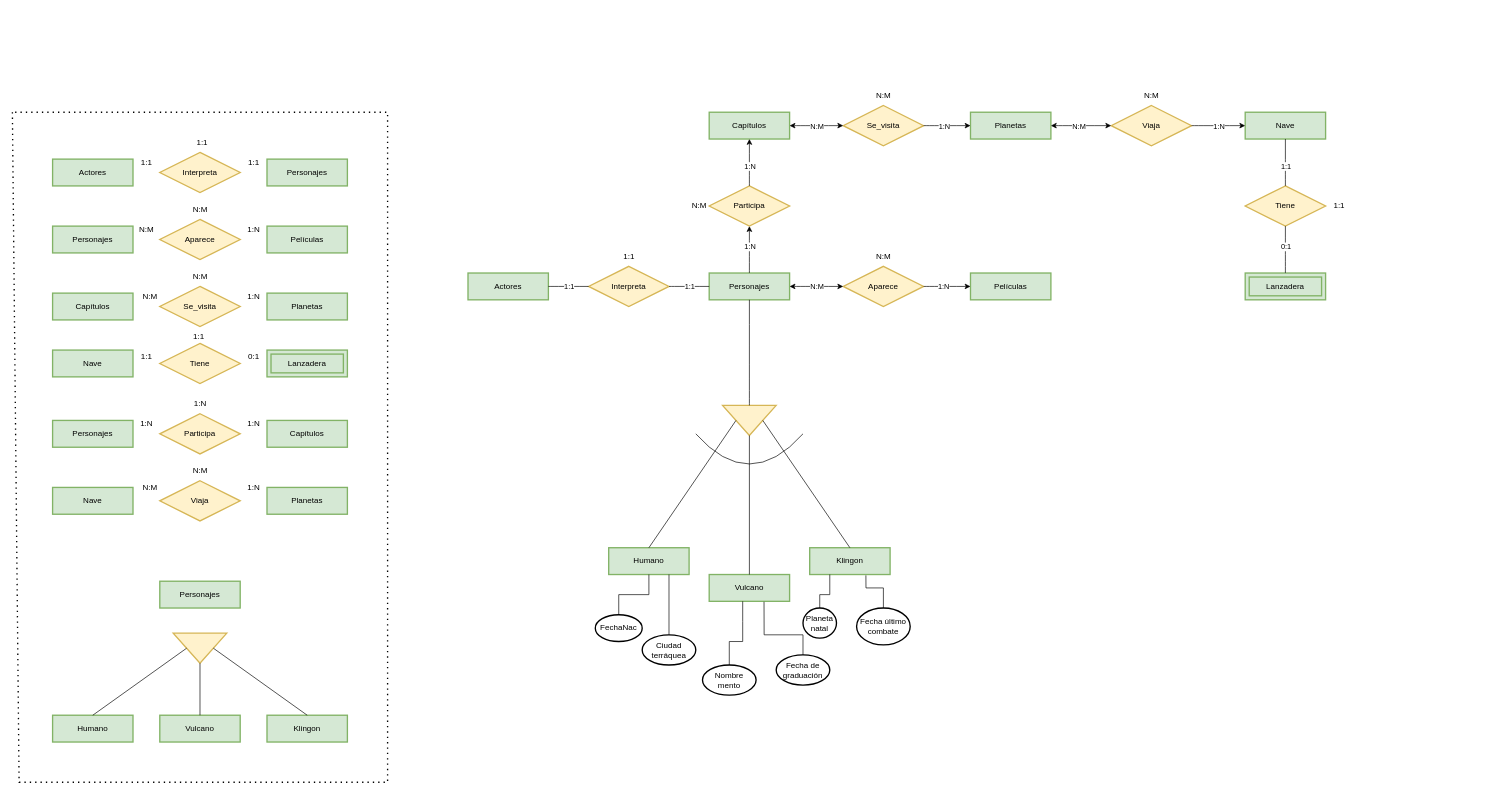
Above: page "EJ10" (6 of 6) of Tareas/Tarea3/Tarea3.drawio in JuanManuelMM/Base-Datos (draw.io), before the change. Source tidied: cells renumbered, new cells numbered last; positions are measured from the earlier drawing's top-left corner, leaving out a move shared by most shapes. Both pictures are drawn from the tidied source at 67%, with x=0, y=0 at pixel (12, 85).
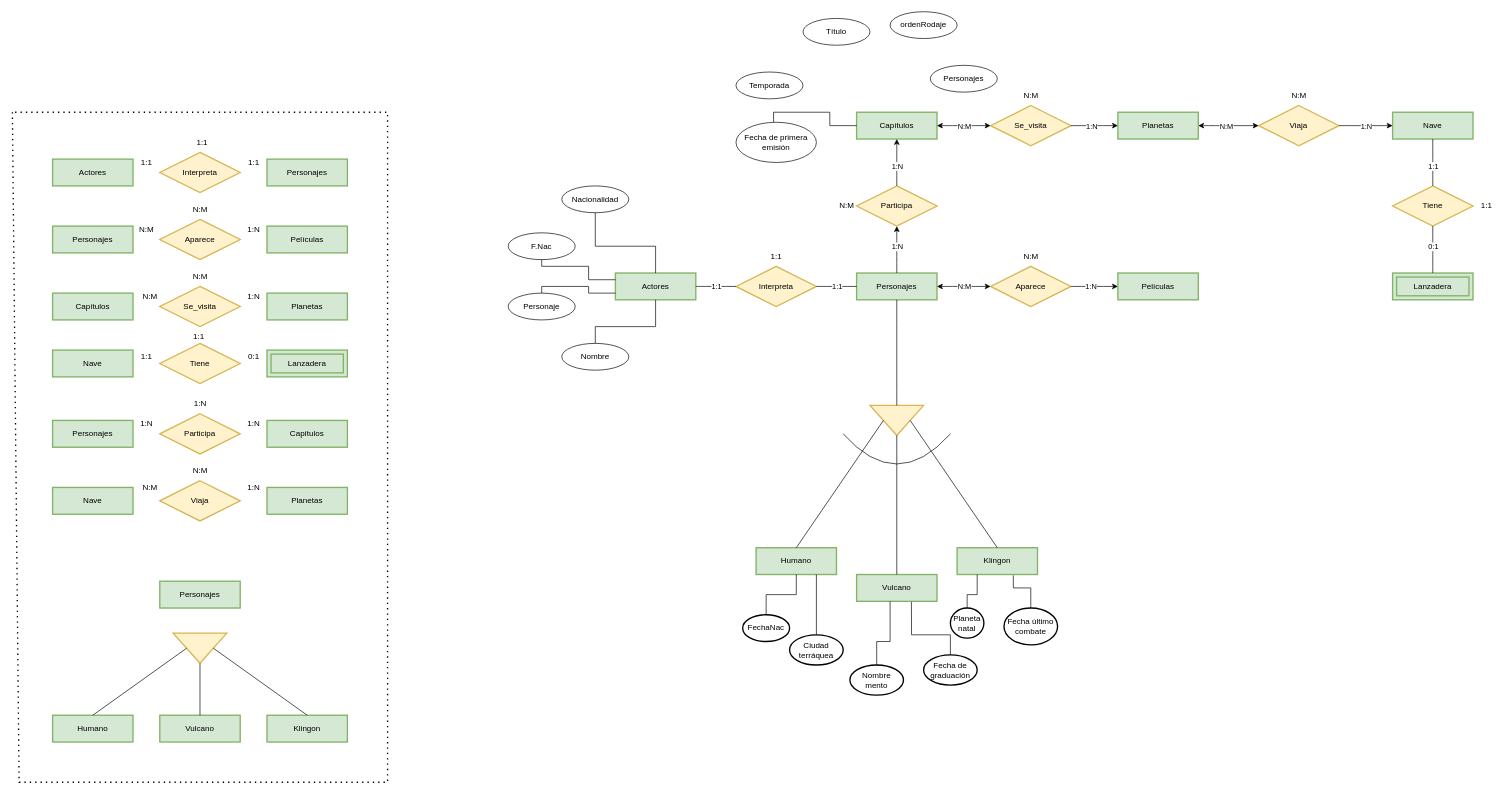
The same diagram, later.

What changed in the source:
```diff
@@
     <mxCell id="8" value="Tiene" style="shape=rhombus;perimeter=rhombusPerimeter;whiteSpace=wrap;html=1;align=center;fillColor=#fff2cc;strokeColor=#d6b656;strokeWidth=2;" parent="1" vertex="1">
-      <mxGeometry x="1840" y="150" width="120" height="60" as="geometry" />
+      <mxGeometry x="2060" y="150" width="120" height="60" as="geometry" />
     </mxCell>
     <mxCell id="9" value="Lanzadera" style="shape=ext;margin=3;double=1;whiteSpace=wrap;html=1;align=center;fillColor=#d5e8d4;strokeColor=#82b366;strokeWidth=2;" parent="1" vertex="1">
-      <mxGeometry x="1840" y="280" width="120" height="40" as="geometry" />
+      <mxGeometry x="2060" y="280" width="120" height="40" as="geometry" />
     </mxCell>
@@
     <mxCell id="25" value="Actores" style="whiteSpace=wrap;html=1;align=center;fillColor=#d5e8d4;strokeColor=#82b366;strokeWidth=2;" parent="1" vertex="1">
-      <mxGeometry x="680" y="280" width="120" height="40" as="geometry" />
+      <mxGeometry x="900" y="280" width="120" height="40" as="geometry" />
     </mxCell>
     <mxCell id="26" value="Personajes" style="whiteSpace=wrap;html=1;align=center;fillColor=#d5e8d4;strokeColor=#82b366;strokeWidth=2;" parent="1" vertex="1">
-      <mxGeometry x="1040" y="280" width="120" height="40" as="geometry" />
+      <mxGeometry x="1260" y="280" width="120" height="40" as="geometry" />
     </mxCell>
     <mxCell id="27" value="Interpreta" style="shape=rhombus;perimeter=rhombusPerimeter;whiteSpace=wrap;html=1;align=center;fillColor=#fff2cc;strokeColor=#d6b656;strokeWidth=2;" parent="1" vertex="1">
-      <mxGeometry x="860" y="270" width="120" height="60" as="geometry" />
+      <mxGeometry x="1080" y="270" width="120" height="60" as="geometry" />
     </mxCell>
     <mxCell id="28" value="Aparece" style="shape=rhombus;perimeter=rhombusPerimeter;whiteSpace=wrap;html=1;align=center;fillColor=#fff2cc;strokeColor=#d6b656;strokeWidth=2;" parent="1" vertex="1">
-      <mxGeometry x="1240" y="270" width="120" height="60" as="geometry" />
+      <mxGeometry x="1460" y="270" width="120" height="60" as="geometry" />
     </mxCell>
     <mxCell id="29" value="Películas" style="whiteSpace=wrap;html=1;align=center;fillColor=#d5e8d4;strokeColor=#82b366;strokeWidth=2;" parent="1" vertex="1">
-      <mxGeometry x="1430" y="280" width="120" height="40" as="geometry" />
+      <mxGeometry x="1650" y="280" width="120" height="40" as="geometry" />
     </mxCell>
     <mxCell id="30" value="Participa" style="shape=rhombus;perimeter=rhombusPerimeter;whiteSpace=wrap;html=1;align=center;fillColor=#fff2cc;strokeColor=#d6b656;strokeWidth=2;" parent="1" vertex="1">
-      <mxGeometry x="1040" y="150" width="120" height="60" as="geometry" />
+      <mxGeometry x="1260" y="150" width="120" height="60" as="geometry" />
     </mxCell>
     <mxCell id="31" value="Capítulos" style="whiteSpace=wrap;html=1;align=center;fillColor=#d5e8d4;strokeColor=#82b366;strokeWidth=2;" parent="1" vertex="1">
-      <mxGeometry x="1040" y="40" width="120" height="40" as="geometry" />
+      <mxGeometry x="1260" y="40" width="120" height="40" as="geometry" />
     </mxCell>
     <mxCell id="32" style="triangle;whiteSpace=wrap;html=1;rotation=90;fillColor=#fff2cc;strokeColor=#d6b656;strokeWidth=2;" parent="1" vertex="1">
-      <mxGeometry x="1077.5" y="460" width="45" height="80" as="geometry" />
+      <mxGeometry x="1297.5" y="460" width="45" height="80" as="geometry" />
     </mxCell>
     <mxCell id="33" value="Humano" style="whiteSpace=wrap;html=1;align=center;fillColor=#d5e8d4;strokeColor=#82b366;strokeWidth=2;" parent="1" vertex="1">
-      <mxGeometry x="890" y="690" width="120" height="40" as="geometry" />
+      <mxGeometry x="1110" y="690" width="120" height="40" as="geometry" />
     </mxCell>
     <mxCell id="34" value="Vulcano" style="whiteSpace=wrap;html=1;align=center;strokeWidth=2;fillColor=#d5e8d4;strokeColor=#82b366;" parent="1" vertex="1">
-      <mxGeometry x="1040" y="730" width="120" height="40" as="geometry" />
+      <mxGeometry x="1260" y="730" width="120" height="40" as="geometry" />
     </mxCell>
     <mxCell id="35" value="Klingon" style="whiteSpace=wrap;html=1;align=center;fillColor=#d5e8d4;strokeColor=#82b366;strokeWidth=2;" parent="1" vertex="1">
-      <mxGeometry x="1190" y="690" width="120" height="40" as="geometry" />
+      <mxGeometry x="1410" y="690" width="120" height="40" as="geometry" />
     </mxCell>
@@
     <mxCell id="39" value="Planetas" style="whiteSpace=wrap;html=1;align=center;fillColor=#d5e8d4;strokeColor=#82b366;strokeWidth=2;" parent="1" vertex="1">
-      <mxGeometry x="1430" y="40" width="120" height="40" as="geometry" />
+      <mxGeometry x="1650" y="40" width="120" height="40" as="geometry" />
     </mxCell>
     <mxCell id="40" value="Se_visita" style="shape=rhombus;perimeter=rhombusPerimeter;whiteSpace=wrap;html=1;align=center;fillColor=#fff2cc;strokeColor=#d6b656;strokeWidth=2;" parent="1" vertex="1">
-      <mxGeometry x="1240" y="30" width="120" height="60" as="geometry" />
+      <mxGeometry x="1460" y="30" width="120" height="60" as="geometry" />
     </mxCell>
@@
     <mxCell id="44" value="Nave" style="whiteSpace=wrap;html=1;align=center;fillColor=#d5e8d4;strokeColor=#82b366;strokeWidth=2;" parent="1" vertex="1">
-      <mxGeometry x="1840" y="40" width="120" height="40" as="geometry" />
+      <mxGeometry x="2060" y="40" width="120" height="40" as="geometry" />
     </mxCell>
     <mxCell id="45" value="Viaja" style="shape=rhombus;perimeter=rhombusPerimeter;whiteSpace=wrap;html=1;align=center;fillColor=#fff2cc;strokeColor=#d6b656;strokeWidth=2;" parent="1" vertex="1">
-      <mxGeometry x="1640" y="30" width="120" height="60" as="geometry" />
+      <mxGeometry x="1860" y="30" width="120" height="60" as="geometry" />
     </mxCell>
@@
     <mxCell id="48" style="endArrow=none;html=1;curved=1;" parent="1" edge="1">
       <mxGeometry relative="1" as="geometry">
-        <mxPoint x="1020" y="520" as="sourcePoint" />
-        <mxPoint x="1180" y="520" as="targetPoint" />
+        <mxPoint x="1240" y="520" as="sourcePoint" />
+        <mxPoint x="1400" y="520" as="targetPoint" />
         <Array as="points">
-          <mxPoint x="1100" y="610" />
+          <mxPoint x="1320" y="610" />
         </Array>
       </mxGeometry>
     </mxCell>
@@
     <mxCell id="72" value="1:1" style="text;html=1;align=center;verticalAlign=middle;strokeColor=none;fillColor=none;" parent="1" vertex="1">
-      <mxGeometry x="900" y="240" width="40" height="30" as="geometry" />
+      <mxGeometry x="1120" y="240" width="40" height="30" as="geometry" />
     </mxCell>
@@
     <mxCell id="81" value="N:M" style="text;html=1;align=center;verticalAlign=middle;strokeColor=none;fillColor=none;" parent="1" vertex="1">
-      <mxGeometry x="1000" y="165" width="50" height="30" as="geometry" />
+      <mxGeometry x="1220" y="165" width="50" height="30" as="geometry" />
     </mxCell>
     <mxCell id="82" value="N:M" style="text;html=1;align=center;verticalAlign=middle;strokeColor=none;fillColor=none;" parent="1" vertex="1">
-      <mxGeometry x="1275" width="50" height="30" as="geometry" />
+      <mxGeometry x="1495" width="50" height="30" as="geometry" />
     </mxCell>
@@
     <mxCell id="87" value="N:M" style="text;html=1;align=center;verticalAlign=middle;strokeColor=none;fillColor=none;" parent="1" vertex="1">
-      <mxGeometry x="1275" y="240" width="50" height="30" as="geometry" />
+      <mxGeometry x="1495" y="240" width="50" height="30" as="geometry" />
     </mxCell>
@@
     <mxCell id="92" value="N:M" style="text;html=1;align=center;verticalAlign=middle;strokeColor=none;fillColor=none;" parent="1" vertex="1">
-      <mxGeometry x="1675" width="50" height="30" as="geometry" />
+      <mxGeometry x="1895" width="50" height="30" as="geometry" />
     </mxCell>
@@
     <mxCell id="97" value="1:1" style="text;html=1;align=center;verticalAlign=middle;strokeColor=none;fillColor=none;" parent="1" vertex="1">
-      <mxGeometry x="1960" y="165" width="40" height="30" as="geometry" />
+      <mxGeometry x="2180" y="165" width="40" height="30" as="geometry" />
     </mxCell>
@@
     <mxCell id="99" value="FechaNac" style="ellipse;whiteSpace=wrap;html=1;align=center;strokeWidth=2;" parent="1" vertex="1">
-      <mxGeometry x="870" y="790" width="70" height="40" as="geometry" />
+      <mxGeometry x="1090" y="790" width="70" height="40" as="geometry" />
     </mxCell>
     <mxCell id="100" value="Ciudad terráquea" style="ellipse;whiteSpace=wrap;html=1;align=center;strokeWidth=2;" parent="1" vertex="1">
-      <mxGeometry x="940" y="820" width="80" height="45" as="geometry" />
+      <mxGeometry x="1160" y="820" width="80" height="45" as="geometry" />
     </mxCell>
     <mxCell id="101" style="endArrow=none;html=1;rounded=0;strokeWidth=1;entryX=0.5;entryY=0;entryDx=0;entryDy=0;exitX=0.5;exitY=1;exitDx=0;exitDy=0;" parent="1" edge="1" source="33" target="99">
       <mxGeometry relative="1" as="geometry">
         <Array as="points">
-          <mxPoint x="950" y="760" />
-          <mxPoint x="905" y="760" />
+          <mxPoint x="1170" y="760" />
+          <mxPoint x="1125" y="760" />
         </Array>
       </mxGeometry>
     </mxCell>
     <mxCell id="102" style="endArrow=none;html=1;rounded=0;strokeWidth=1;entryX=0.5;entryY=0;entryDx=0;entryDy=0;" parent="1" edge="1" target="100">
       <mxGeometry relative="1" as="geometry">
-        <mxPoint x="980" y="730" as="sourcePoint" />
+        <mxPoint x="1200" y="730" as="sourcePoint" />
       </mxGeometry>
     </mxCell>
     <mxCell id="103" value="Nombre mento" style="ellipse;whiteSpace=wrap;html=1;align=center;strokeWidth=2;" parent="1" vertex="1">
-      <mxGeometry x="1030" y="865" width="80" height="45" as="geometry" />
+      <mxGeometry x="1250" y="865" width="80" height="45" as="geometry" />
     </mxCell>
     <mxCell id="104" value="Fecha de graduación" style="ellipse;whiteSpace=wrap;html=1;align=center;strokeWidth=2;" parent="1" vertex="1">
-      <mxGeometry x="1140" y="850" width="80" height="45" as="geometry" />
+      <mxGeometry x="1360" y="850" width="80" height="45" as="geometry" />
     </mxCell>
     <mxCell id="105" style="endArrow=none;html=1;rounded=0;strokeWidth=1;entryX=0.5;entryY=0;entryDx=0;entryDy=0;" parent="1" edge="1" target="103">
       <mxGeometry relative="1" as="geometry">
-        <mxPoint x="1090" y="770" as="sourcePoint" />
+        <mxPoint x="1310" y="770" as="sourcePoint" />
         <Array as="points">
-          <mxPoint x="1090" y="800" />
-          <mxPoint x="1090" y="830" />
-          <mxPoint x="1070" y="830" />
+          <mxPoint x="1310" y="800" />
+          <mxPoint x="1310" y="830" />
+          <mxPoint x="1290" y="830" />
         </Array>
       </mxGeometry>
     </mxCell>
     <mxCell id="106" style="endArrow=none;html=1;rounded=0;strokeWidth=1;entryX=0.5;entryY=0;entryDx=0;entryDy=0;exitX=0.682;exitY=1.018;exitDx=0;exitDy=0;exitPerimeter=0;" parent="1" edge="1" source="34" target="104">
       <mxGeometry relative="1" as="geometry">
         <Array as="points">
-          <mxPoint x="1122" y="820" />
-          <mxPoint x="1180" y="820" />
+          <mxPoint x="1342" y="820" />
+          <mxPoint x="1400" y="820" />
         </Array>
       </mxGeometry>
     </mxCell>
     <mxCell id="107" value="Planeta natal" style="ellipse;whiteSpace=wrap;html=1;align=center;strokeWidth=2;" parent="1" vertex="1">
-      <mxGeometry x="1180" y="780" width="50" height="45" as="geometry" />
+      <mxGeometry x="1400" y="780" width="50" height="45" as="geometry" />
     </mxCell>
     <mxCell id="108" style="endArrow=none;html=1;rounded=0;strokeWidth=1;entryX=0.5;entryY=0;entryDx=0;entryDy=0;exitX=0.25;exitY=1;exitDx=0;exitDy=0;" parent="1" edge="1" source="35" target="107">
       <mxGeometry relative="1" as="geometry">
         <Array as="points">
-          <mxPoint x="1220" y="760" />
-          <mxPoint x="1205" y="760" />
+          <mxPoint x="1440" y="760" />
+          <mxPoint x="1425" y="760" />
         </Array>
       </mxGeometry>
     </mxCell>
     <mxCell id="109" value="Fecha último combate" style="ellipse;whiteSpace=wrap;html=1;align=center;strokeWidth=2;" parent="1" vertex="1">
-      <mxGeometry x="1260" y="780" width="80" height="55" as="geometry" />
+      <mxGeometry x="1480" y="780" width="80" height="55" as="geometry" />
     </mxCell>
     <mxCell id="110" style="endArrow=none;html=1;rounded=0;strokeWidth=1;entryX=0.5;entryY=0;entryDx=0;entryDy=0;exitX=0.699;exitY=1.032;exitDx=0;exitDy=0;exitPerimeter=0;" parent="1" edge="1" source="35" target="109">
       <mxGeometry relative="1" as="geometry">
         <Array as="points">
-          <mxPoint x="1274" y="750" />
-          <mxPoint x="1300" y="750" />
+          <mxPoint x="1494" y="750" />
+          <mxPoint x="1520" y="750" />
         </Array>
       </mxGeometry>
     </mxCell>
+    <mxCell id="111" value="Nombre" style="ellipse;whiteSpace=wrap;html=1;align=center;" parent="1" vertex="1">
+      <mxGeometry x="820" y="385" width="100" height="40" as="geometry" />
+    </mxCell>
+    <mxCell id="112" value="Personaje" style="ellipse;whiteSpace=wrap;html=1;align=center;" parent="1" vertex="1">
+      <mxGeometry x="740" y="310" width="100" height="40" as="geometry" />
+    </mxCell>
+    <mxCell id="113" value="F.Nac" style="ellipse;whiteSpace=wrap;html=1;align=center;" parent="1" vertex="1">
+      <mxGeometry x="740" y="220" width="100" height="40" as="geometry" />
+    </mxCell>
+    <mxCell id="114" value="Nacionalidad" style="ellipse;whiteSpace=wrap;html=1;align=center;" parent="1" vertex="1">
+      <mxGeometry x="820" y="150" width="100" height="40" as="geometry" />
+    </mxCell>
+    <mxCell id="115" style="endArrow=none;html=1;rounded=0;entryX=0.5;entryY=1;entryDx=0;entryDy=0;exitX=0.5;exitY=0;exitDx=0;exitDy=0;" parent="1" edge="1" source="25" target="114">
+      <mxGeometry relative="1" as="geometry">
+        <Array as="points">
+          <mxPoint x="960" y="240" />
+          <mxPoint x="870" y="240" />
+        </Array>
+      </mxGeometry>
+    </mxCell>
+    <mxCell id="116" style="endArrow=none;html=1;rounded=0;entryX=0;entryY=0.25;entryDx=0;entryDy=0;exitX=0.5;exitY=1;exitDx=0;exitDy=0;" parent="1" edge="1" source="113" target="25">
+      <mxGeometry relative="1" as="geometry">
+        <Array as="points">
+          <mxPoint x="790" y="270" />
+          <mxPoint x="860" y="270" />
+          <mxPoint x="860" y="290" />
+        </Array>
+      </mxGeometry>
+    </mxCell>
+    <mxCell id="117" style="endArrow=none;html=1;rounded=0;entryX=0;entryY=0.75;entryDx=0;entryDy=0;exitX=0.5;exitY=0;exitDx=0;exitDy=0;" parent="1" edge="1" source="112" target="25">
+      <mxGeometry relative="1" as="geometry">
+        <Array as="points">
+          <mxPoint x="790" y="300" />
+          <mxPoint x="860" y="300" />
+          <mxPoint x="860" y="310" />
+        </Array>
+      </mxGeometry>
+    </mxCell>
+    <mxCell id="118" style="endArrow=none;html=1;rounded=0;entryX=0.5;entryY=1;entryDx=0;entryDy=0;exitX=0.5;exitY=0;exitDx=0;exitDy=0;" parent="1" edge="1" source="111" target="25">
+      <mxGeometry relative="1" as="geometry">
+        <Array as="points">
+          <mxPoint x="870" y="360" />
+          <mxPoint x="960" y="360" />
+        </Array>
+      </mxGeometry>
+    </mxCell>
+    <mxCell id="119" value="Temporada" style="ellipse;whiteSpace=wrap;html=1;align=center;" parent="1" vertex="1">
+      <mxGeometry x="1080" y="-20" width="100" height="40" as="geometry" />
+    </mxCell>
+    <mxCell id="120" value="Título" style="ellipse;whiteSpace=wrap;html=1;align=center;" parent="1" vertex="1">
+      <mxGeometry x="1180" y="-100" width="100" height="40" as="geometry" />
+    </mxCell>
+    <mxCell id="121" value="ordenRodaje" style="ellipse;whiteSpace=wrap;html=1;align=center;" parent="1" vertex="1">
+      <mxGeometry x="1310" y="-110" width="100" height="40" as="geometry" />
+    </mxCell>
+    <mxCell id="122" value="Fecha de primera emisión" style="ellipse;whiteSpace=wrap;html=1;align=center;" parent="1" vertex="1">
+      <mxGeometry x="1080" y="55" width="120" height="60" as="geometry" />
+    </mxCell>
+    <mxCell id="123" value="Personajes" style="ellipse;whiteSpace=wrap;html=1;align=center;" parent="1" vertex="1">
+      <mxGeometry x="1370" y="-30" width="100" height="40" as="geometry" />
+    </mxCell>
+    <mxCell id="124" style="endArrow=none;html=1;rounded=0;entryX=0;entryY=0.5;entryDx=0;entryDy=0;exitX=0.468;exitY=-0.005;exitDx=0;exitDy=0;exitPerimeter=0;" parent="1" edge="1" source="122" target="31">
+      <mxGeometry relative="1" as="geometry">
+        <Array as="points">
+          <mxPoint x="1136" y="40" />
+          <mxPoint x="1220" y="40" />
+          <mxPoint x="1220" y="60" />
+        </Array>
+      </mxGeometry>
+    </mxCell>
```
